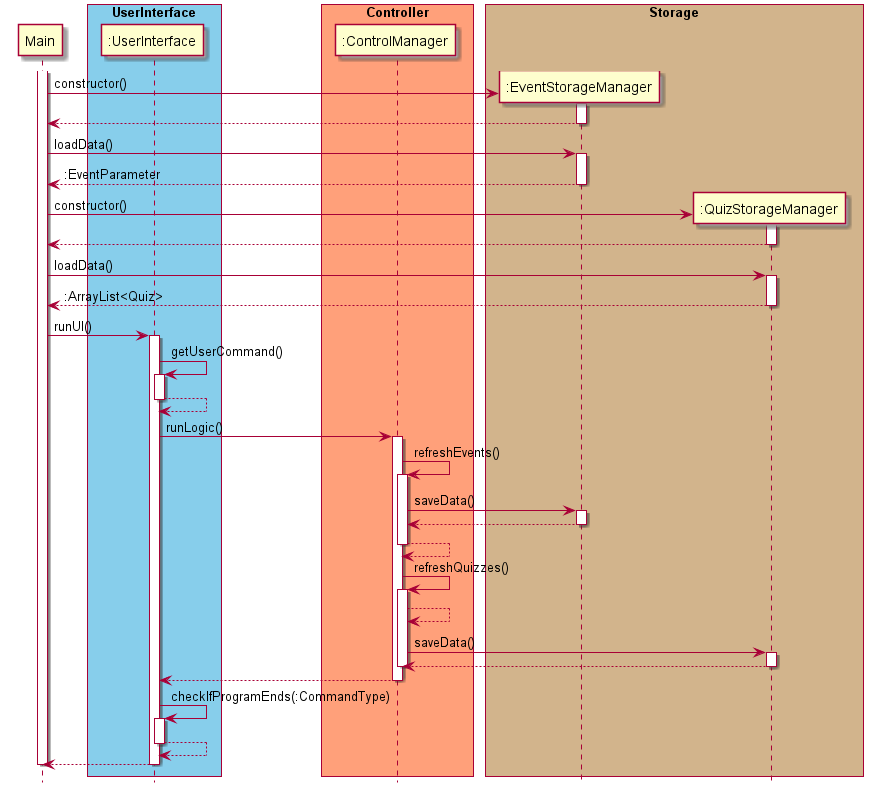
The PlantUML diagram docs/diagram/StorageSequence.png in untitle4/tp, before a commit.
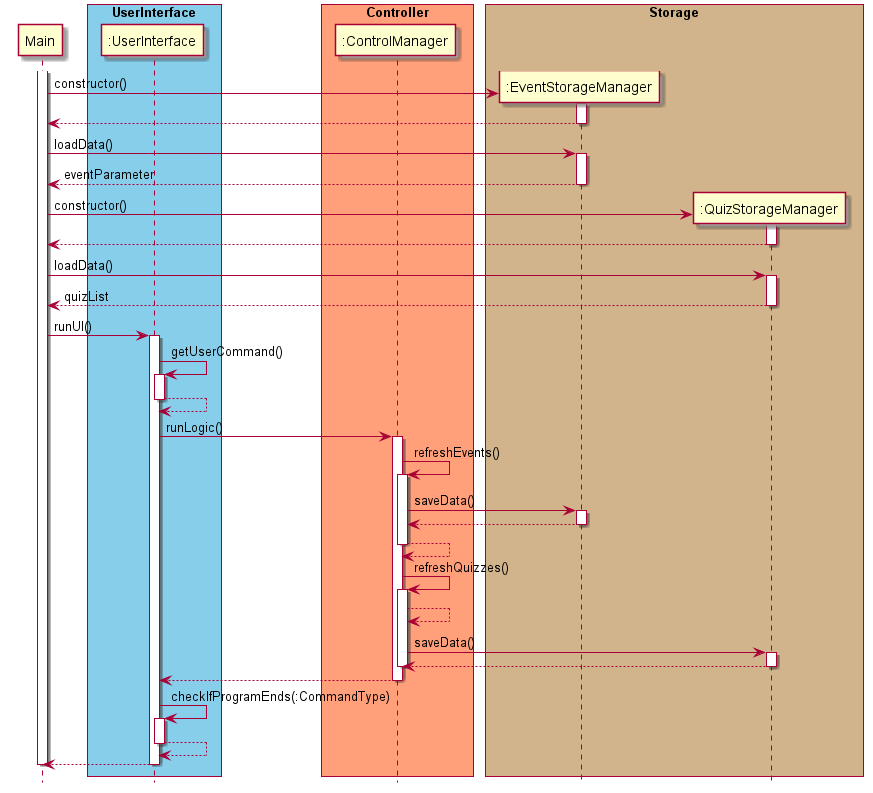
After the change.

What changed in the source:
```diff
@@ -27,7 +27,7 @@
 
 Main -> ":EventStorageManager" : loadData()
 activate ":EventStorageManager"
-":EventStorageManager" --> Main : :EventParameter
+":EventStorageManager" --> Main : eventParameter
 deactivate ":EventStorageManager"
 
 Main -> ":QuizStorageManager"** : constructor()
@@ -37,7 +37,7 @@
 
 Main -> ":QuizStorageManager" : loadData()
 activate ":QuizStorageManager"
-":QuizStorageManager" --> Main : :ArrayList<Quiz>
+":QuizStorageManager" --> Main : quizList
 deactivate ":QuizStorageManager"
 
 Main -> ":UserInterface" : runUI()
```
